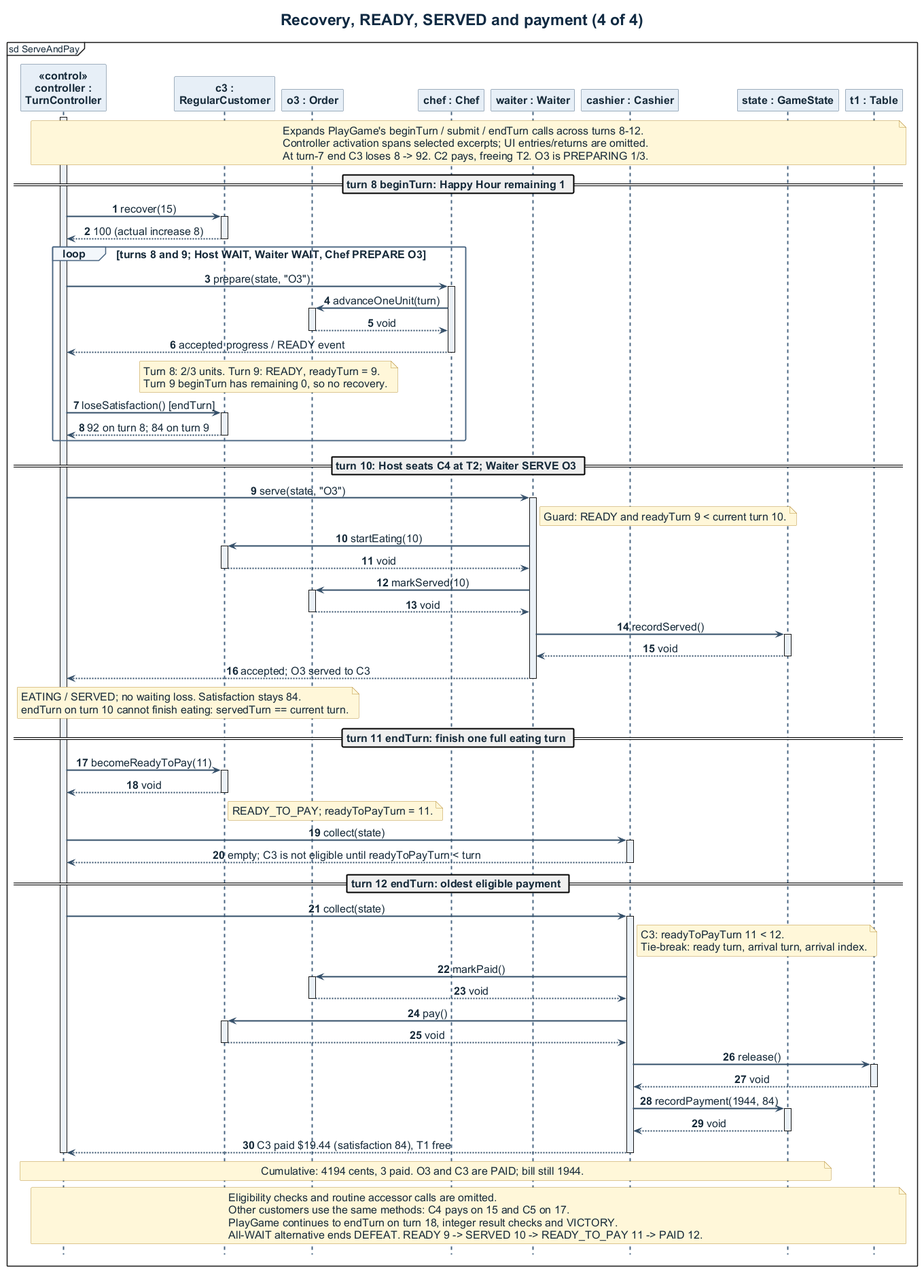
respoopu/SC2002-lab-assignment-final keeps this PlantUML diagram as docs/diagrams/exports/sequence-4-service.png. Above is the earlier version. Its source is kept beside it as docs/diagrams/sequence-4-service.puml.
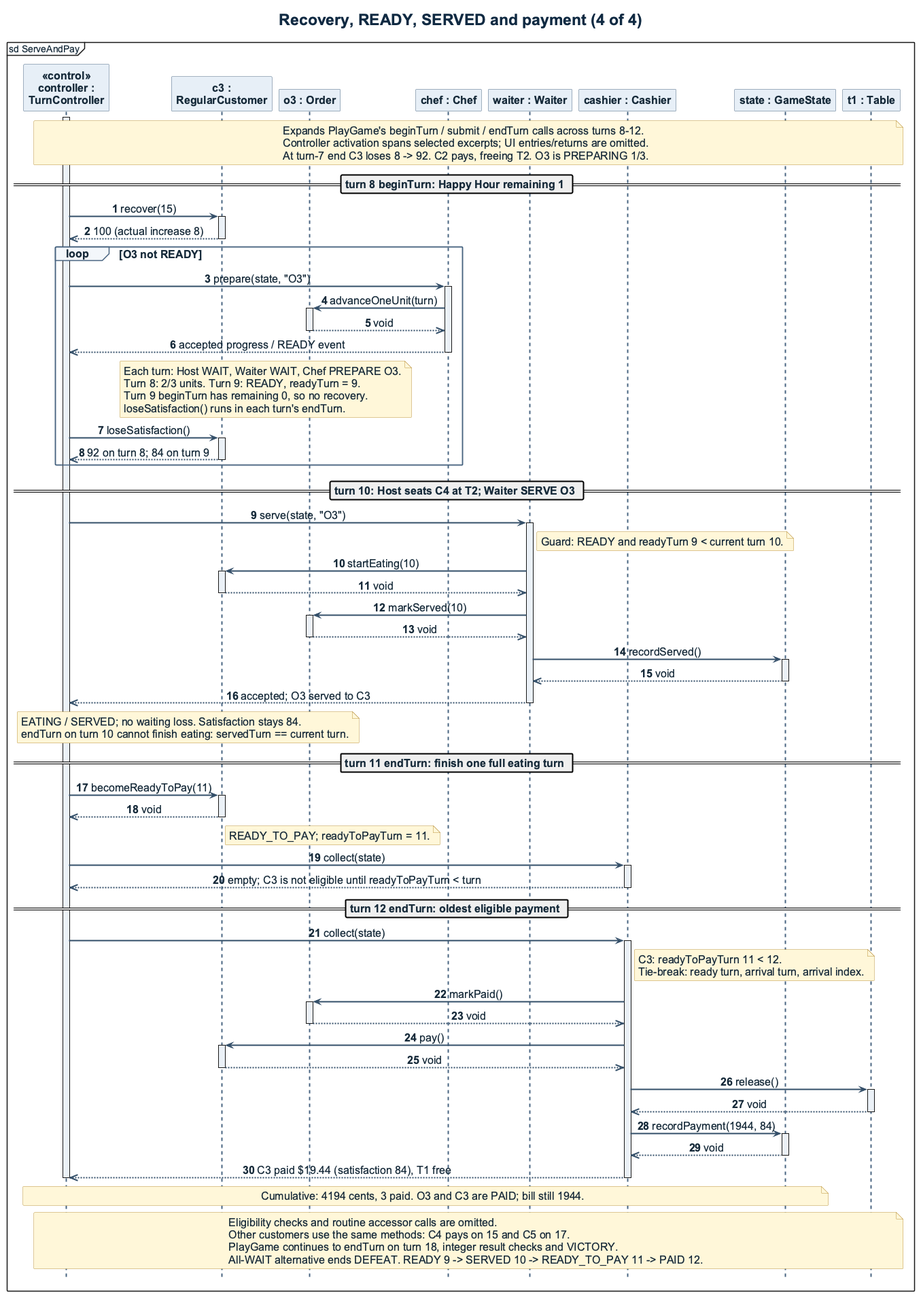
After the commit.

Change to the diagram source:
```diff
@@ -20,51 +20,53 @@
 end note
 == turn 8 beginTurn: Happy Hour remaining 1 ==
 TC -> C3 ++ : recover(15)
-C3 --> TC -- : 100 (actual increase 8)
-loop turns 8 and 9; Host WAIT, Waiter WAIT, Chef PREPARE O3
+C3 -->> TC -- : 100 (actual increase 8)
+loop O3 not READY
   TC -> Chef ++ : prepare(state, "O3")
   Chef -> O3 ++ : advanceOneUnit(turn)
-  O3 --> Chef -- : void
-  Chef --> TC -- : accepted progress / READY event
+  O3 -->> Chef -- : void
+  Chef -->> TC -- : accepted progress / READY event
   note over C3, O3
+    Each turn: Host WAIT, Waiter WAIT, Chef PREPARE O3.
     Turn 8: 2/3 units. Turn 9: READY, readyTurn = 9.
     Turn 9 beginTurn has remaining 0, so no recovery.
+    loseSatisfaction() runs in each turn's endTurn.
   end note
-  TC -> C3 ++ : loseSatisfaction() [endTurn]
-  C3 --> TC -- : 92 on turn 8; 84 on turn 9
+  TC -> C3 ++ : loseSatisfaction()
+  C3 -->> TC -- : 92 on turn 8; 84 on turn 9
 end
 == turn 10: Host seats C4 at T2; Waiter SERVE O3 ==
 TC -> W ++ : serve(state, "O3")
 note right of W : Guard: READY and readyTurn 9 < current turn 10.
 W -> C3 ++ : startEating(10)
-C3 --> W -- : void
+C3 -->> W -- : void
 W -> O3 ++ : markServed(10)
-O3 --> W -- : void
+O3 -->> W -- : void
 W -> S ++ : recordServed()
-S --> W -- : void
-W --> TC -- : accepted; O3 served to C3
+S -->> W -- : void
+W -->> TC -- : accepted; O3 served to C3
 note over TC, O3
   EATING / SERVED; no waiting loss. Satisfaction stays 84.
   endTurn on turn 10 cannot finish eating: servedTurn == current turn.
 end note
 == turn 11 endTurn: finish one full eating turn ==
 TC -> C3 ++ : becomeReadyToPay(11)
-C3 --> TC -- : void
+C3 -->> TC -- : void
 note right of C3 : READY_TO_PAY; readyToPayTurn = 11.
 TC -> Cashier ++ : collect(state)
-Cashier --> TC -- : empty; C3 is not eligible until readyToPayTurn < turn
+Cashier -->> TC -- : empty; C3 is not eligible until readyToPayTurn < turn
 == turn 12 endTurn: oldest eligible payment ==
 TC -> Cashier ++ : collect(state)
 note right of Cashier : C3: readyToPayTurn 11 < 12.\nTie-break: ready turn, arrival turn, arrival index.
 Cashier -> O3 ++ : markPaid()
-O3 --> Cashier -- : void
+O3 -->> Cashier -- : void
 Cashier -> C3 ++ : pay()
-C3 --> Cashier -- : void
+C3 -->> Cashier -- : void
 Cashier -> T1 ++ : release()
-T1 --> Cashier -- : void
+T1 -->> Cashier -- : void
 Cashier -> S ++ : recordPayment(1944, 84)
-S --> Cashier -- : void
-Cashier --> TC -- : C3 paid $19.44 (satisfaction 84), T1 free
+S -->> Cashier -- : void
+Cashier -->> TC -- : C3 paid $19.44 (satisfaction 84), T1 free
 note over TC, S : Cumulative: 4194 cents, 3 paid. O3 and C3 are PAID; bill still 1944.
 note over TC, T1
   Eligibility checks and routine accessor calls are omitted.
```
